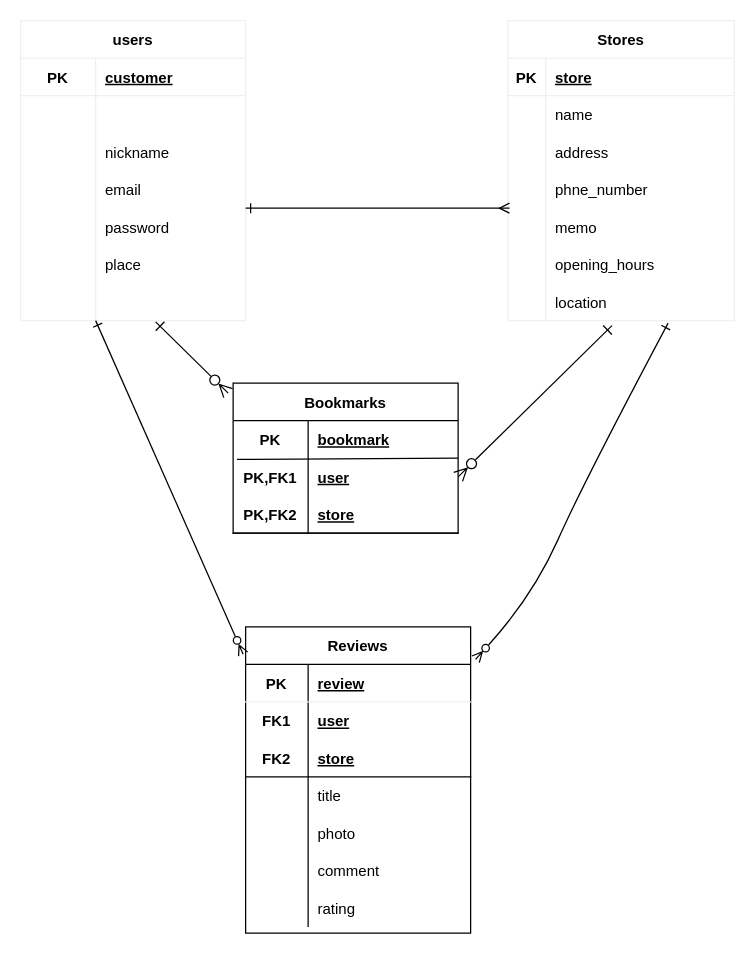
Earlier version of the draw.io diagram test.dio (nakamura-mdcn/kitchencar). Source tidied: cells renumbered, new cells numbered last; positions are measured from the earlier drawing's top-left corner, leaving out a move shared by most shapes. Both pictures are drawn from the tidied source at 125%, with x=0, y=0 at pixel (20, 20).
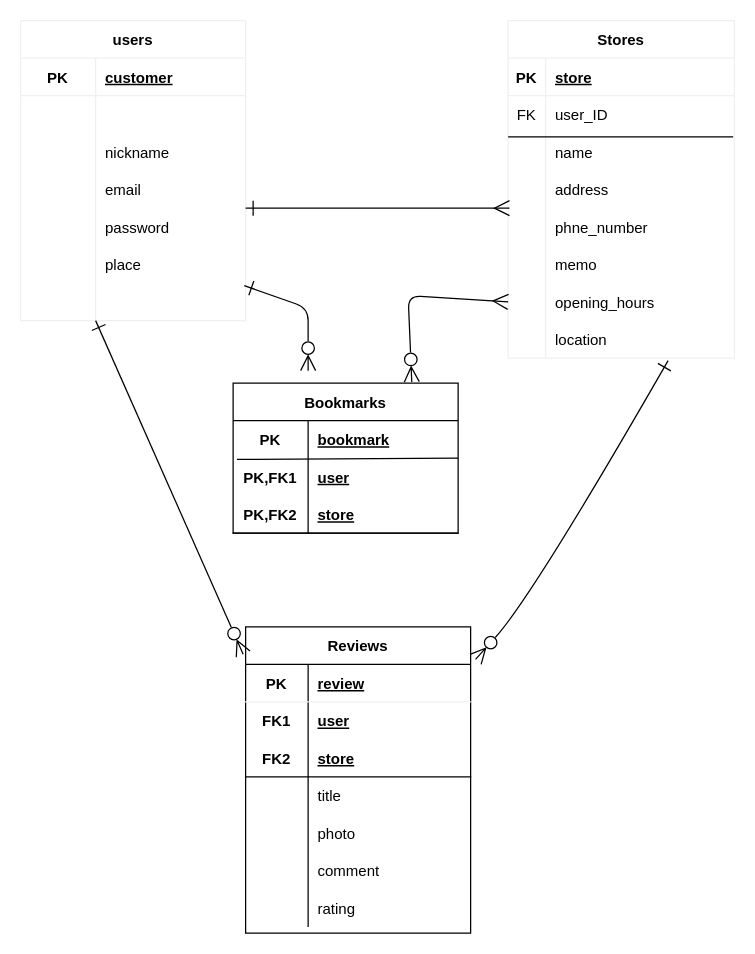
The same page after the edit.

Unchanged cells that the change refers to:
```xml
<mxCell id="21" style="shape=tableRow;horizontal=0;startSize=0;swimlaneHead=0;swimlaneBody=0;fillColor=none;points=[[0,0.5],[1,0.5]];portConstraint=eastwest;top=0;left=0;right=0;bottom=0;" parent="2" vertex="1">
  <mxGeometry y="210" width="180" height="30" as="geometry" />
</mxCell>
<mxCell id="24" value="Reviews" style="shape=table;startSize=30;childLayout=tableLayout;rowLines=0;fontStyle=1;align=center;" parent="1" vertex="1">
  <mxGeometry x="180" y="485" width="180" height="245" as="geometry" />
</mxCell>
<mxCell id="46" value="Bookmarks" style="shape=table;startSize=30;childLayout=tableLayout;rowLines=0;fontStyle=1;align=center;" parent="1" vertex="1">
  <mxGeometry x="170" y="290" width="180" height="120" as="geometry" />
</mxCell>
<mxCell id="50" style="shape=tableRow;horizontal=0;startSize=0;swimlaneHead=0;swimlaneBody=0;fillColor=none;points=[[0,0.5],[1,0.5]];portConstraint=eastwest;top=0;left=0;right=0;bottom=0;" parent="46" vertex="1">
  <mxGeometry y="60" width="180" height="30" as="geometry" />
</mxCell>
```

Change to the diagram source:
```diff
@@
     <mxCell id="56" value="Stores" style="shape=table;startSize=30;childLayout=tableLayout;rowLines=0;fontStyle=1;align=center;strokeColor=#F0f0f0;" parent="1" vertex="1">
-      <mxGeometry x="390" width="181" height="240" as="geometry" />
+      <mxGeometry x="390" width="181" height="270" as="geometry" />
     </mxCell>
@@
+    <mxCell id="84" style="shape=tableRow;horizontal=0;startSize=0;swimlaneHead=0;swimlaneBody=0;fillColor=none;top=0;left=0;right=0;bottom=0;" parent="56" vertex="1">
+      <mxGeometry y="60" width="181" height="30" as="geometry" />
+    </mxCell>
+    <mxCell id="85" value="FK" style="shape=partialRectangle;fillColor=none;top=0;left=0;bottom=0;right=0;fontStyle=0;overflow=hidden;" parent="84" vertex="1">
+      <mxGeometry width="30" height="30" as="geometry" />
+    </mxCell>
+    <mxCell id="86" value="user_ID" style="shape=partialRectangle;fillColor=none;top=0;left=0;bottom=0;right=0;align=left;spacingLeft=6;fontStyle=0;overflow=hidden;" parent="84" vertex="1">
+      <mxGeometry x="30" width="151" height="30" as="geometry" />
+    </mxCell>
     <mxCell id="60" style="shape=tableRow;horizontal=0;startSize=0;swimlaneHead=0;swimlaneBody=0;fillColor=none;points=[[0,0.5],[1,0.5]];portConstraint=eastwest;top=0;left=0;right=0;bottom=0;strokeColor=#F0f0f0;" parent="56" vertex="1">
-      <mxGeometry y="60" width="181" height="30" as="geometry" />
+      <mxGeometry y="90" width="181" height="30" as="geometry" />
     </mxCell>
@@
     <mxCell id="63" style="shape=tableRow;horizontal=0;startSize=0;swimlaneHead=0;swimlaneBody=0;fillColor=none;top=0;left=0;right=0;bottom=0;strokeColor=#F0f0f0;" parent="56" vertex="1">
-      <mxGeometry y="90" width="181" height="30" as="geometry" />
+      <mxGeometry y="120" width="181" height="30" as="geometry" />
     </mxCell>
@@
     <mxCell id="66" style="shape=tableRow;horizontal=0;startSize=0;swimlaneHead=0;swimlaneBody=0;fillColor=none;top=0;left=0;right=0;bottom=0;strokeColor=#F0f0f0;" parent="56" vertex="1">
-      <mxGeometry y="120" width="181" height="30" as="geometry" />
+      <mxGeometry y="150" width="181" height="30" as="geometry" />
     </mxCell>
@@
     <mxCell id="69" style="shape=tableRow;horizontal=0;startSize=0;swimlaneHead=0;swimlaneBody=0;fillColor=none;top=0;left=0;right=0;bottom=0;strokeColor=#F0f0f0;" parent="56" vertex="1">
-      <mxGeometry y="150" width="181" height="30" as="geometry" />
+      <mxGeometry y="180" width="181" height="30" as="geometry" />
     </mxCell>
@@
     <mxCell id="72" style="shape=tableRow;horizontal=0;startSize=0;swimlaneHead=0;swimlaneBody=0;fillColor=none;points=[[0,0.5],[1,0.5]];portConstraint=eastwest;top=0;left=0;right=0;bottom=0;strokeColor=#F0f0f0;" parent="56" vertex="1">
-      <mxGeometry y="180" width="181" height="30" as="geometry" />
+      <mxGeometry y="210" width="181" height="30" as="geometry" />
     </mxCell>
@@
     <mxCell id="75" style="shape=tableRow;horizontal=0;startSize=0;swimlaneHead=0;swimlaneBody=0;fillColor=none;points=[[0,0.5],[1,0.5]];portConstraint=eastwest;top=0;left=0;right=0;bottom=0;strokeColor=#F0f0f0;" parent="56" vertex="1">
-      <mxGeometry y="210" width="181" height="30" as="geometry" />
+      <mxGeometry y="240" width="181" height="30" as="geometry" />
     </mxCell>
@@
-    <mxCell id="78" style="edgeStyle=entityRelationEdgeStyle;fontSize=12;html=1;endArrow=ERmany;entryX=0.006;entryY=0;entryDx=0;entryDy=0;entryPerimeter=0;startArrow=ERone;startFill=0;endFill=0;" parent="1" edge="1">
+    <mxCell id="78" style="edgeStyle=entityRelationEdgeStyle;fontSize=12;html=1;endArrow=ERmany;entryX=0.006;entryY=0;entryDx=0;entryDy=0;entryPerimeter=0;startArrow=ERone;startFill=0;endFill=0;endSize=10;startSize=10;" parent="1" edge="1">
       <mxGeometry relative="1" as="geometry">
         <mxPoint x="180" y="150" as="sourcePoint" />
         <mxPoint x="391.1" y="150" as="targetPoint" />
       </mxGeometry>
     </mxCell>
-    <mxCell id="79" style="edgeStyle=none;jettySize=auto;html=1;endArrow=ERzeroToMany;startArrow=ERone;endSize=8;startSize=8;entryX=-0.022;entryY=0.067;entryDx=0;entryDy=0;entryPerimeter=0;startFill=0;endFill=0;exitX=0.6;exitY=1.033;exitDx=0;exitDy=0;exitPerimeter=0;" parent="1" edge="1" source="21" target="46">
-      <mxGeometry relative="1" as="geometry" />
+    <mxCell id="79" style="edgeStyle=none;jettySize=auto;html=1;endArrow=ERzeroToMany;startArrow=ERone;endSize=10;startSize=10;startFill=0;endFill=0;exitX=0.994;exitY=0.067;exitDx=0;exitDy=0;exitPerimeter=0;" parent="1" edge="1" source="21">
+      <mxGeometry relative="1" as="geometry">
+        <mxPoint x="230" y="280" as="targetPoint" />
+        <Array as="points">
+          <mxPoint x="230" y="230" />
+        </Array>
+      </mxGeometry>
     </mxCell>
-    <mxCell id="80" style="edgeStyle=none;jettySize=auto;html=1;endArrow=ERzeroToMany;startArrow=ERone;endSize=8;startSize=8;startFill=0;endFill=0;exitX=0.459;exitY=1.133;exitDx=0;exitDy=0;exitPerimeter=0;entryX=1;entryY=0.5;entryDx=0;entryDy=0;" parent="1" edge="1" source="75" target="50">
-      <mxGeometry relative="1" as="geometry" />
+    <mxCell id="80" style="edgeStyle=none;jettySize=auto;html=1;endArrow=ERzeroToMany;startArrow=ERmany;endSize=10;startSize=10;startFill=0;endFill=0;exitX=0;exitY=0.5;exitDx=0;exitDy=0;entryX=0.794;entryY=-0.008;entryDx=0;entryDy=0;entryPerimeter=0;" parent="1" edge="1" source="72" target="46">
+      <mxGeometry relative="1" as="geometry">
+        <Array as="points">
+          <mxPoint x="310" y="220" />
+        </Array>
+      </mxGeometry>
     </mxCell>
-    <mxCell id="81" style="endArrow=ERzeroToMany;startArrow=ERone;html=1;curved=1;exitX=0.707;exitY=1.067;exitDx=0;exitDy=0;startFill=0;endFill=0;entryX=1.022;entryY=0.106;entryDx=0;entryDy=0;entryPerimeter=0;exitPerimeter=0;" parent="1" edge="1" source="75" target="24">
+    <mxCell id="81" style="endArrow=ERzeroToMany;startArrow=ERone;html=1;curved=1;exitX=0.707;exitY=1.067;exitDx=0;exitDy=0;startFill=0;endFill=0;entryX=1.022;entryY=0.106;entryDx=0;entryDy=0;entryPerimeter=0;exitPerimeter=0;endSize=10;startSize=10;" parent="1" edge="1" source="75" target="24">
       <mxGeometry relative="1" as="geometry">
         <Array as="points">
-          <mxPoint x="450" y="370" />
           <mxPoint x="410" y="460" />
         </Array>
       </mxGeometry>
     </mxCell>
-    <mxCell id="82" style="endArrow=ERone;html=1;curved=1;endFill=0;exitX=-0.011;exitY=0.089;exitDx=0;exitDy=0;startArrow=ERzeroToMany;startFill=0;exitPerimeter=0;" parent="1" edge="1" source="24">
+    <mxCell id="82" style="endArrow=ERone;html=1;curved=1;endFill=0;exitX=-0.011;exitY=0.089;exitDx=0;exitDy=0;startArrow=ERzeroToMany;startFill=0;exitPerimeter=0;strokeWidth=1;endSize=10;startSize=10;" parent="1" edge="1" source="24">
       <mxGeometry relative="1" as="geometry">
         <mxPoint x="60" y="240" as="targetPoint" />
       </mxGeometry>
     </mxCell>
@@
+    <mxCell id="87" style="endArrow=none;html=1;rounded=0;endSize=10;exitX=0;exitY=0.1;exitDx=0;exitDy=0;exitPerimeter=0;" parent="1" edge="1" source="60">
+      <mxGeometry relative="1" as="geometry">
+        <mxPoint x="570" y="93" as="targetPoint" />
+      </mxGeometry>
+    </mxCell>
```
